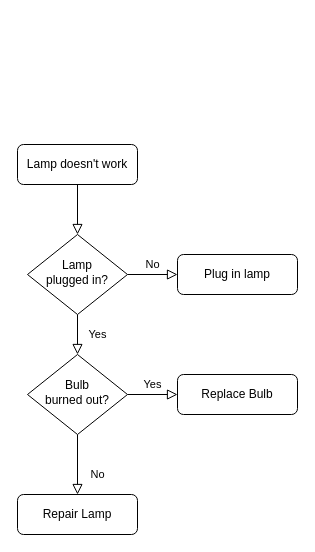
This is 未命名绘图.drawio from mrfwxue/es-head, a draw.io file, before an edit. Source tidied: cells renumbered, new cells numbered last; positions are measured from the earlier drawing's top-left corner, leaving out a move shared by most shapes. Both pictures are drawn from the tidied source at 100%, with x=0, y=0 at pixel (17, 144).
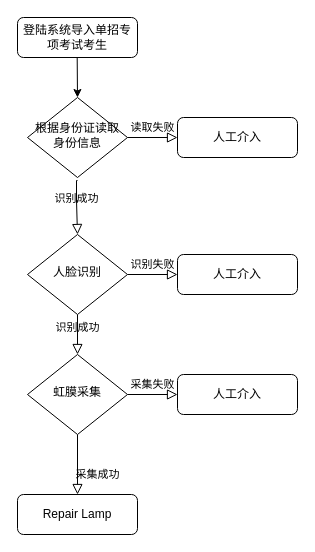
The same page after the edit.

The change refers to these unchanged cells:
```xml
<mxCell id="11" value="Repair Lamp" style="rounded=1;whiteSpace=wrap;html=1;fontSize=12;glass=0;strokeWidth=1;shadow=0;" parent="1" vertex="1">
  <mxGeometry y="350" width="120" height="40" as="geometry" />
</mxCell>
```

The edit, as a diff of the source:
```diff
@@
-    <mxCell id="2" style="rounded=0;html=1;jettySize=auto;fontSize=11;endArrow=block;endFill=0;endSize=8;strokeWidth=1;shadow=0;labelBackgroundColor=none;edgeStyle=orthogonalEdgeStyle;" parent="1" edge="1" source="3" target="6">
-      <mxGeometry relative="1" as="geometry" />
-    </mxCell>
-    <mxCell id="3" value="Lamp doesn't work" style="rounded=1;whiteSpace=wrap;html=1;fontSize=12;glass=0;strokeWidth=1;shadow=0;" parent="1" vertex="1">
-      <mxGeometry width="120" height="40" as="geometry" />
+    <mxCell id="3" value="登陆系统导入单招专项考试考生" style="rounded=1;whiteSpace=wrap;html=1;fontSize=12;glass=0;strokeWidth=1;shadow=0;" parent="1" vertex="1">
+      <mxGeometry y="-127" width="120" height="40" as="geometry" />
     </mxCell>
-    <mxCell id="4" value="Yes" style="rounded=0;html=1;jettySize=auto;fontSize=11;endArrow=block;endFill=0;endSize=8;strokeWidth=1;shadow=0;labelBackgroundColor=none;edgeStyle=orthogonalEdgeStyle;" parent="1" edge="1" source="6" target="10">
-      <mxGeometry y="20" relative="1" as="geometry" />
+    <mxCell id="4" value="识别成功" style="rounded=0;html=1;jettySize=auto;fontSize=11;endArrow=block;endFill=0;endSize=8;strokeWidth=1;shadow=0;labelBackgroundColor=none;edgeStyle=orthogonalEdgeStyle;" parent="1" edge="1" source="6" target="10">
+      <mxGeometry x="-0.35" relative="1" as="geometry" />
     </mxCell>
-    <mxCell id="5" value="No" style="edgeStyle=orthogonalEdgeStyle;rounded=0;html=1;jettySize=auto;fontSize=11;endArrow=block;endFill=0;endSize=8;strokeWidth=1;shadow=0;labelBackgroundColor=none;" parent="1" edge="1" source="6" target="7">
+    <mxCell id="5" value="识别失败" style="edgeStyle=orthogonalEdgeStyle;rounded=0;html=1;jettySize=auto;fontSize=11;endArrow=block;endFill=0;endSize=8;strokeWidth=1;shadow=0;labelBackgroundColor=none;" parent="1" edge="1" source="6" target="7">
       <mxGeometry y="10" relative="1" as="geometry" />
     </mxCell>
-    <mxCell id="6" value="Lamp&lt;br&gt;plugged in?" style="rhombus;whiteSpace=wrap;html=1;shadow=0;fontFamily=Helvetica;fontSize=12;align=center;strokeWidth=1;spacing=6;spacingTop=-4;" parent="1" vertex="1">
+    <mxCell id="6" value="人脸识别" style="rhombus;whiteSpace=wrap;html=1;shadow=0;fontFamily=Helvetica;fontSize=12;align=center;strokeWidth=1;spacing=6;spacingTop=-4;" parent="1" vertex="1">
       <mxGeometry x="10" y="90" width="100" height="80" as="geometry" />
     </mxCell>
-    <mxCell id="7" value="Plug in lamp" style="rounded=1;whiteSpace=wrap;html=1;fontSize=12;glass=0;strokeWidth=1;shadow=0;" parent="1" vertex="1">
+    <mxCell id="7" value="人工介入" style="rounded=1;whiteSpace=wrap;html=1;fontSize=12;glass=0;strokeWidth=1;shadow=0;" parent="1" vertex="1">
       <mxGeometry x="160" y="110" width="120" height="40" as="geometry" />
     </mxCell>
-    <mxCell id="8" value="No" style="rounded=0;html=1;jettySize=auto;fontSize=11;endArrow=block;endFill=0;endSize=8;strokeWidth=1;shadow=0;labelBackgroundColor=none;edgeStyle=orthogonalEdgeStyle;" parent="1" edge="1" source="10" target="11">
+    <mxCell id="8" value="采集成功" style="rounded=0;html=1;jettySize=auto;fontSize=11;endArrow=block;endFill=0;endSize=8;strokeWidth=1;shadow=0;labelBackgroundColor=none;edgeStyle=orthogonalEdgeStyle;" parent="1" edge="1" source="10" target="11">
       <mxGeometry x="0.33" y="20" relative="1" as="geometry" />
     </mxCell>
-    <mxCell id="9" value="Yes" style="edgeStyle=orthogonalEdgeStyle;rounded=0;html=1;jettySize=auto;fontSize=11;endArrow=block;endFill=0;endSize=8;strokeWidth=1;shadow=0;labelBackgroundColor=none;" parent="1" edge="1" source="10" target="12">
+    <mxCell id="9" value="采集失败" style="edgeStyle=orthogonalEdgeStyle;rounded=0;html=1;jettySize=auto;fontSize=11;endArrow=block;endFill=0;endSize=8;strokeWidth=1;shadow=0;labelBackgroundColor=none;" parent="1" edge="1" source="10" target="12">
       <mxGeometry y="10" relative="1" as="geometry" />
     </mxCell>
-    <mxCell id="10" value="Bulb&lt;br&gt;burned out?" style="rhombus;whiteSpace=wrap;html=1;shadow=0;fontFamily=Helvetica;fontSize=12;align=center;strokeWidth=1;spacing=6;spacingTop=-4;" parent="1" vertex="1">
+    <mxCell id="10" value="虹膜采集" style="rhombus;whiteSpace=wrap;html=1;shadow=0;fontFamily=Helvetica;fontSize=12;align=center;strokeWidth=1;spacing=6;spacingTop=-4;" parent="1" vertex="1">
       <mxGeometry x="10" y="210" width="100" height="80" as="geometry" />
     </mxCell>
@@
-    <mxCell id="12" value="Replace Bulb" style="rounded=1;whiteSpace=wrap;html=1;fontSize=12;glass=0;strokeWidth=1;shadow=0;" parent="1" vertex="1">
+    <mxCell id="12" value="人工介入" style="rounded=1;whiteSpace=wrap;html=1;fontSize=12;glass=0;strokeWidth=1;shadow=0;" parent="1" vertex="1">
       <mxGeometry x="160" y="230" width="120" height="40" as="geometry" />
     </mxCell>
+    <mxCell id="13" value="根据身份证读取身份信息" style="rhombus;whiteSpace=wrap;html=1;shadow=0;fontFamily=Helvetica;fontSize=12;align=center;strokeWidth=1;spacing=6;spacingTop=-4;" parent="1" vertex="1">
+      <mxGeometry x="10" y="-47" width="100" height="80" as="geometry" />
+    </mxCell>
+    <mxCell id="14" value="识别成功" style="rounded=0;html=1;jettySize=auto;fontSize=11;endArrow=block;endFill=0;endSize=8;strokeWidth=1;shadow=0;labelBackgroundColor=none;edgeStyle=orthogonalEdgeStyle;entryX=0.5;entryY=0;entryDx=0;entryDy=0;" parent="1" edge="1" target="6">
+      <mxGeometry x="-0.35" relative="1" as="geometry">
+        <mxPoint x="60" y="36" as="sourcePoint" />
+        <Array as="points">
+          <mxPoint x="59" y="57" />
+          <mxPoint x="60" y="57" />
+          <mxPoint x="60" y="56" />
+          <mxPoint x="59" y="56" />
+          <mxPoint x="59" y="90" />
+        </Array>
+      </mxGeometry>
+    </mxCell>
+    <mxCell id="15" value="读取失败" style="edgeStyle=orthogonalEdgeStyle;rounded=0;html=1;jettySize=auto;orthogonalLoop=1;fontSize=11;endArrow=block;endFill=0;endSize=8;strokeWidth=1;shadow=0;labelBackgroundColor=none;" parent="1" edge="1">
+      <mxGeometry y="10" relative="1" as="geometry">
+        <mxPoint x="110" y="-7" as="sourcePoint" />
+        <mxPoint x="160" y="-7" as="targetPoint" />
+      </mxGeometry>
+    </mxCell>
+    <mxCell id="16" style="endArrow=classic;html=1;rounded=0;" parent="1" edge="1">
+      <mxGeometry relative="1" as="geometry">
+        <mxPoint x="59.7" y="-87" as="sourcePoint" />
+        <mxPoint x="60" y="-47" as="targetPoint" />
+      </mxGeometry>
+    </mxCell>
+    <mxCell id="17" value="人工介入" style="rounded=1;whiteSpace=wrap;html=1;fontSize=12;glass=0;strokeWidth=1;shadow=0;" parent="1" vertex="1">
+      <mxGeometry x="160" y="-27" width="120" height="40" as="geometry" />
+    </mxCell>
```
